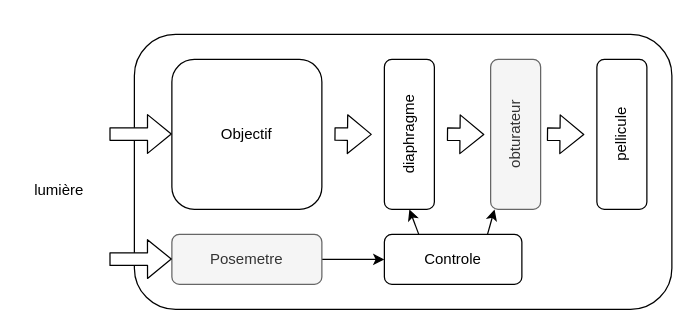
This is 1_besoin/illustrations/appareil_photo.drawio from LaFabrickMassy/exercice_use_case_architecte, a draw.io file, before an edit. Source tidied: cells renumbered, new cells numbered last; positions are measured from the earlier drawing's top-left corner, leaving out a move shared by most shapes. Both pictures are drawn from the tidied source at 125%, with x=0, y=0 at pixel (21, 34).
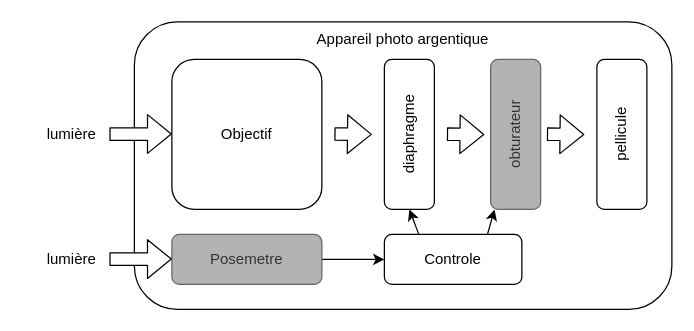
The same page after the edit.

The edit, as a diff of the source:
```diff
@@
-    <mxCell id="2" style="rounded=1;whiteSpace=wrap;html=1;" parent="1" vertex="1">
-      <mxGeometry x="90" width="430" height="220" as="geometry" />
+    <mxCell id="2" value="Appareil photo argentique" style="rounded=1;whiteSpace=wrap;html=1;verticalAlign=top;" parent="1" vertex="1">
+      <mxGeometry x="90" y="-10" width="430" height="230" as="geometry" />
     </mxCell>
@@
-    <mxCell id="5" value="obturateur" style="rounded=1;whiteSpace=wrap;html=1;horizontal=0;fillColor=#f5f5f5;fontColor=#333333;strokeColor=#666666;" parent="1" vertex="1">
+    <mxCell id="5" value="obturateur" style="rounded=1;whiteSpace=wrap;html=1;horizontal=0;fillColor=#B3B3B3;fontColor=#333333;strokeColor=#666666;" parent="1" vertex="1">
       <mxGeometry x="375" y="20" width="40" height="120" as="geometry" />
     </mxCell>
@@
-    <mxCell id="7" value="&lt;span&gt;Posemetre&lt;/span&gt;" style="rounded=1;whiteSpace=wrap;html=1;labelBackgroundColor=none;fillColor=#f5f5f5;fontColor=#333333;strokeColor=#666666;" parent="1" vertex="1">
+    <mxCell id="7" value="&lt;span&gt;Posemetre&lt;/span&gt;" style="rounded=1;whiteSpace=wrap;html=1;labelBackgroundColor=none;fillColor=#B3B3B3;fontColor=#333333;strokeColor=#666666;" parent="1" vertex="1">
       <mxGeometry x="120" y="160" width="120" height="40" as="geometry" />
     </mxCell>
@@
     <mxCell id="16" value="lumière" style="text;html=1;align=center;verticalAlign=middle;whiteSpace=wrap;rounded=0;" parent="1" vertex="1">
-      <mxGeometry y="110" width="60" height="30" as="geometry" />
+      <mxGeometry x="10" y="65" width="60" height="30" as="geometry" />
     </mxCell>
@@
+    <mxCell id="18" value="lumière" style="text;html=1;align=center;verticalAlign=middle;whiteSpace=wrap;rounded=0;" parent="1" vertex="1">
+      <mxGeometry x="10" y="165" width="60" height="30" as="geometry" />
+    </mxCell>
```
